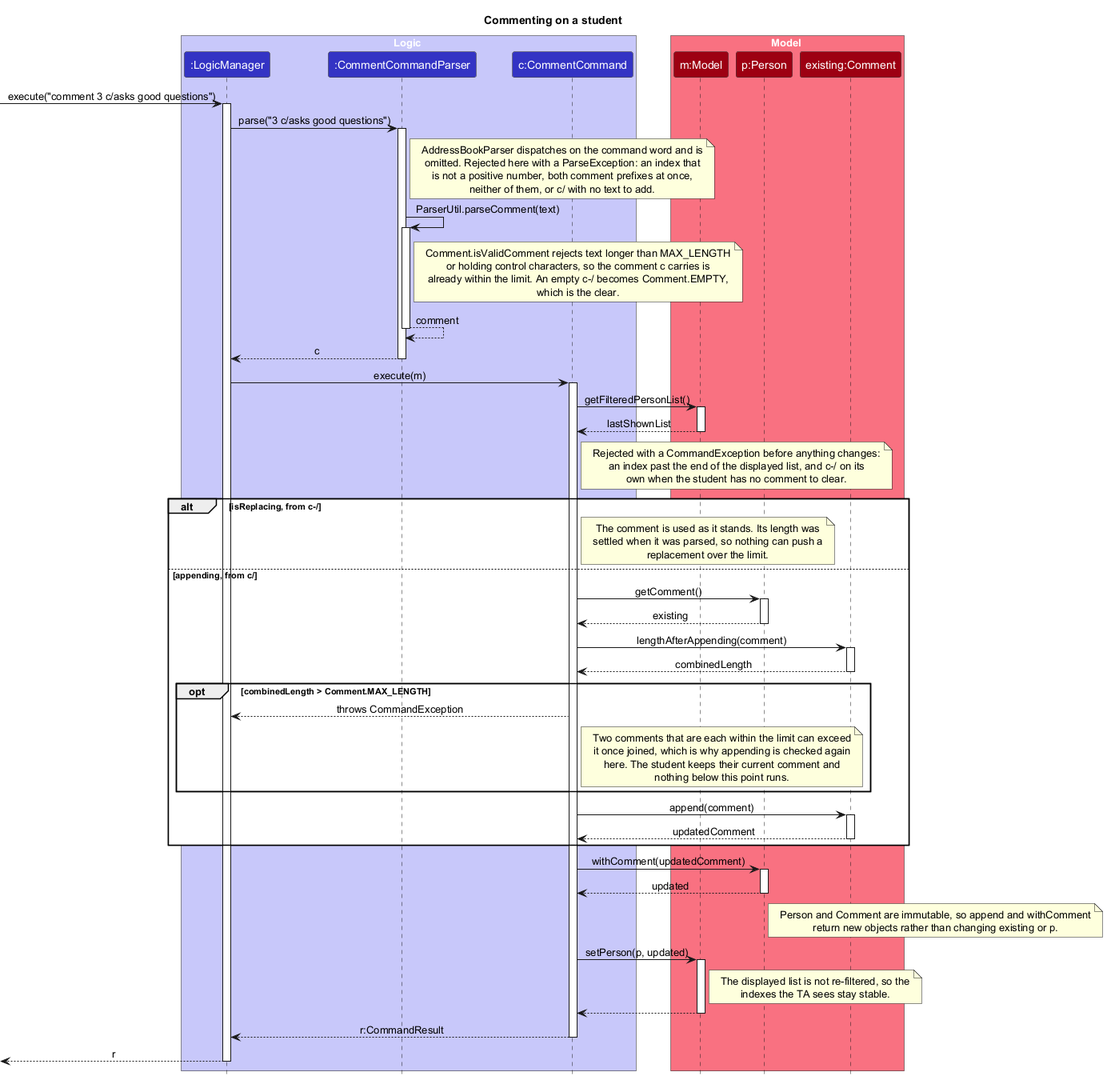
AY2627S1-CS2103T-F12-4/tp keeps this PlantUML diagram as docs/images/CommentSequenceDiagram.png. Above is the earlier version.
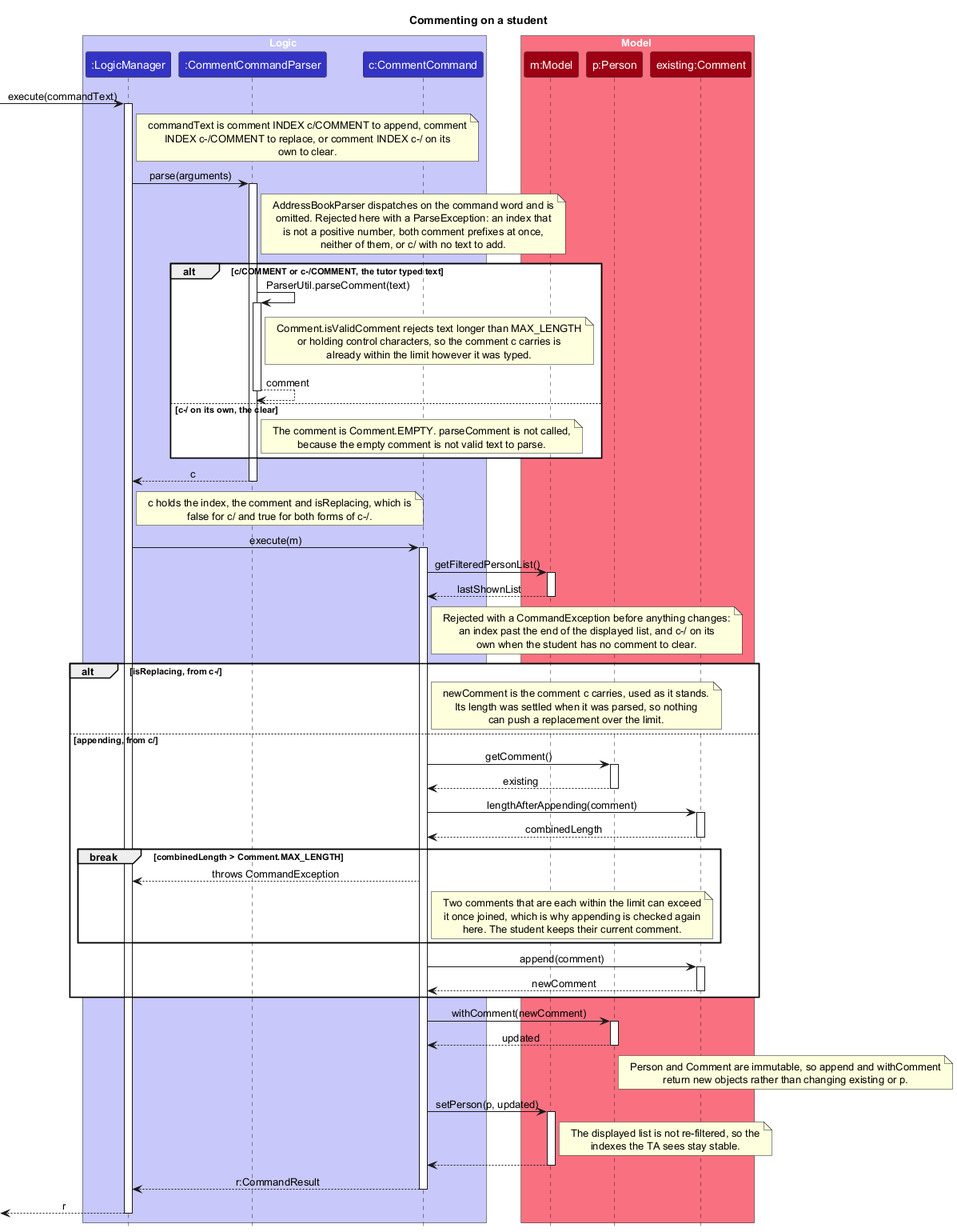
Later version of the same file.

Commit message:
Correct the comment diagram after review

Change to the diagram source:
```diff
@@ -15,10 +15,16 @@
 participant "existing:Comment" as Existing MODEL_COLOR
 end box
 
-[-> LogicManager : execute("comment 3 c/asks good questions")
+[-> LogicManager : execute(commandText)
 activate LogicManager
 
-LogicManager -> Parser : parse("3 c/asks good questions")
+note right of LogicManager
+  commandText is comment INDEX c/COMMENT to append, comment
+  INDEX c-/COMMENT to replace, or comment INDEX c-/ on its
+  own to clear.
+end note
+
+LogicManager -> Parser : parse(arguments)
 activate Parser
 
 note right of Parser
@@ -28,19 +34,31 @@
   neither of them, or c/ with no text to add.
 end note
 
-Parser -> Parser : ParserUtil.parseComment(text)
-activate Parser
-note right of Parser
-  Comment.isValidComment rejects text longer than MAX_LENGTH
-  or holding control characters, so the comment c carries is
-  already within the limit. An empty c-/ becomes Comment.EMPTY,
-  which is the clear.
-end note
-Parser --> Parser : comment
-deactivate Parser
+alt c/COMMENT or c-/COMMENT, the tutor typed text
+  Parser -> Parser : ParserUtil.parseComment(text)
+  activate Parser
+  note right of Parser
+    Comment.isValidComment rejects text longer than MAX_LENGTH
+    or holding control characters, so the comment c carries is
+    already within the limit however it was typed.
+  end note
+  Parser --> Parser : comment
+  deactivate Parser
+
+else c-/ on its own, the clear
+  note right of Parser
+    The comment is Comment.EMPTY. parseComment is not called,
+    because the empty comment is not valid text to parse.
+  end note
+end
 
 Parser --> LogicManager : c
 deactivate Parser
+
+note right of LogicManager
+  c holds the index, the comment and isReplacing, which is
+  false for c/ and true for both forms of c-/.
+end note
 
 LogicManager -> CommentCommand : execute(m)
 activate CommentCommand
@@ -58,9 +76,9 @@
 
 alt isReplacing, from c-/
   note right of CommentCommand
-    The comment is used as it stands. Its length was
-    settled when it was parsed, so nothing can push a
-    replacement over the limit.
+    newComment is the comment c carries, used as it stands.
+    Its length was settled when it was parsed, so nothing
+    can push a replacement over the limit.
   end note
 
 else appending, from c/
@@ -74,23 +92,22 @@
   Existing --> CommentCommand : combinedLength
   deactivate Existing
 
-  opt combinedLength > Comment.MAX_LENGTH
+  break combinedLength > Comment.MAX_LENGTH
     CommentCommand --> LogicManager : throws CommandException
     note right of CommentCommand
       Two comments that are each within the limit can exceed
       it once joined, which is why appending is checked again
-      here. The student keeps their current comment and
-      nothing below this point runs.
+      here. The student keeps their current comment.
     end note
   end
 
   CommentCommand -> Existing : append(comment)
   activate Existing
-  Existing --> CommentCommand : updatedComment
+  Existing --> CommentCommand : newComment
   deactivate Existing
 end
 
-CommentCommand -> Person : withComment(updatedComment)
+CommentCommand -> Person : withComment(newComment)
 activate Person
 Person --> CommentCommand : updated
 deactivate Person
```
